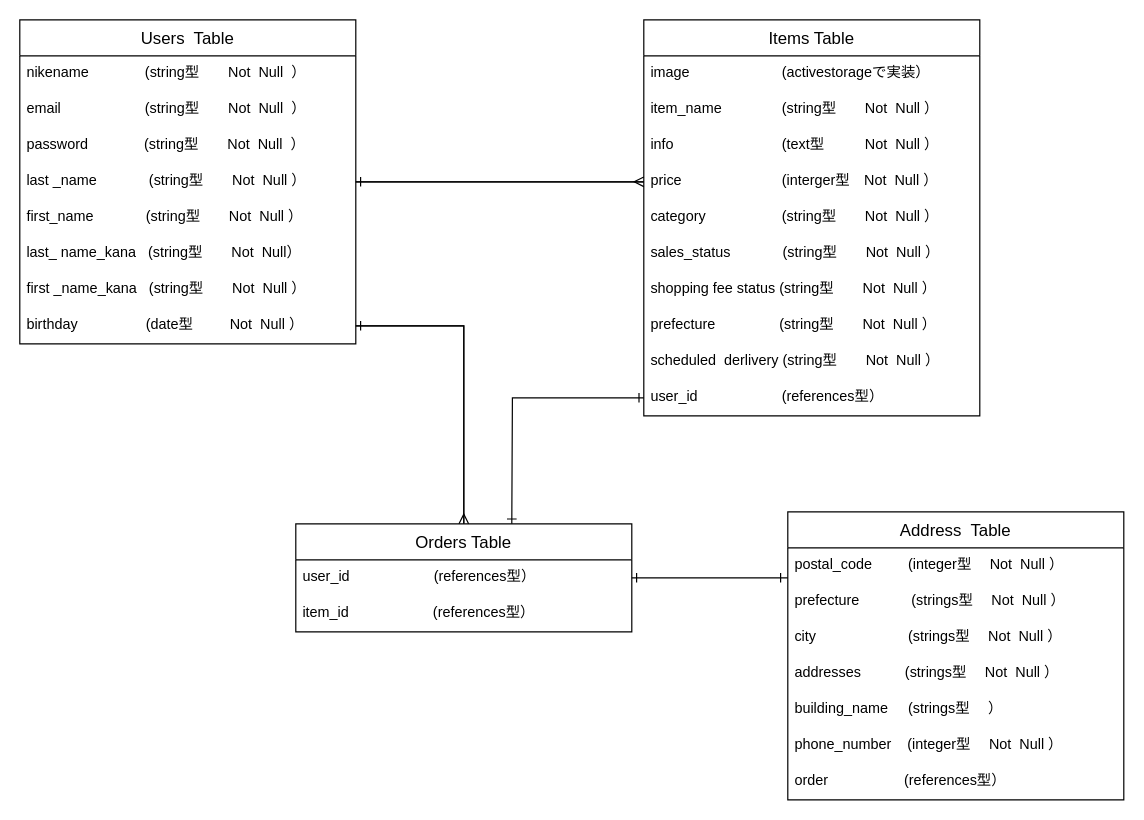
This is furima.dio from mayumiyamada/furima-31952, a draw.io file, before an edit. Source tidied: cells renumbered, new cells numbered last; positions are measured from the earlier drawing's top-left corner, leaving out a move shared by most shapes. Both pictures are drawn from the tidied source at 120%, with x=0, y=0 at pixel (19, 19).
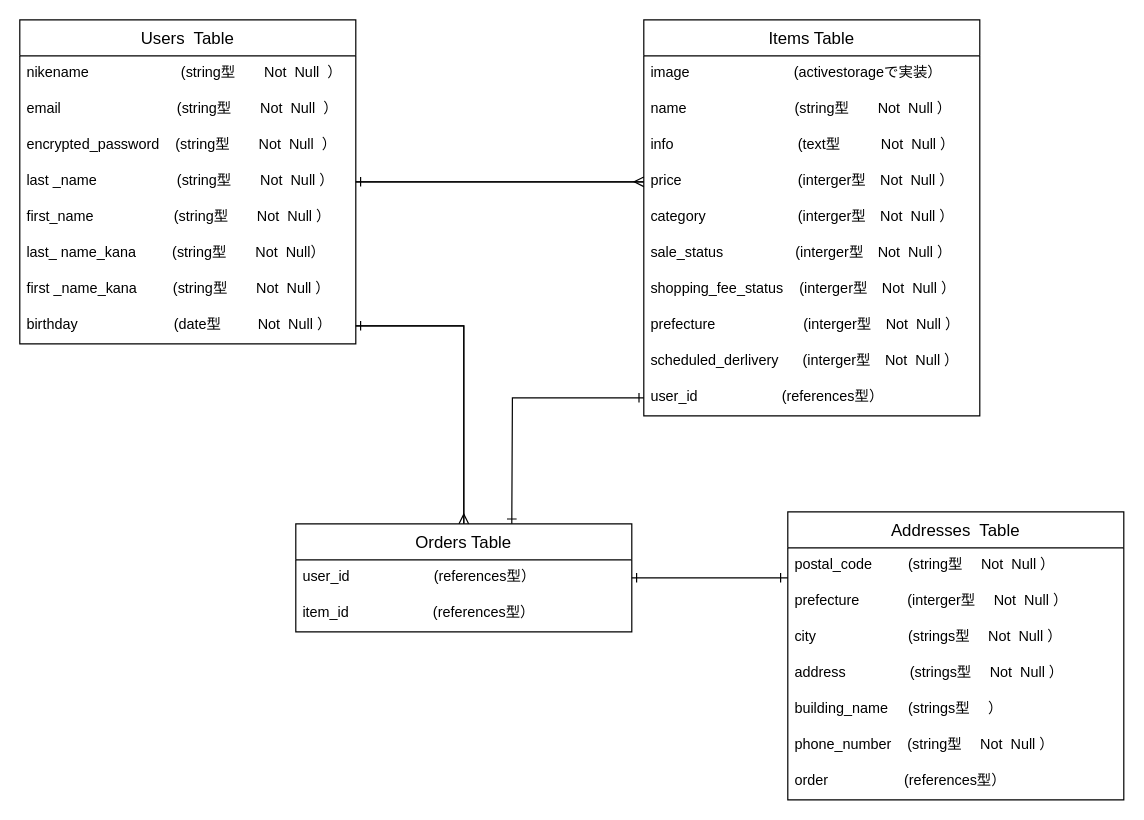
The same diagram, later.

The change refers to these unchanged cells:
```xml
<mxCell id="2" value="Users  Table" style="swimlane;fontStyle=0;horizontal=1;startSize=30;align=center;fontSize=14;" parent="1" vertex="1">
  <mxGeometry width="280" height="270" as="geometry" />
</mxCell>
<mxCell id="11" value="Items Table" style="swimlane;fontStyle=0;horizontal=1;startSize=30;align=center;fontSize=14;" parent="1" vertex="1">
  <mxGeometry x="520" width="280" height="330" as="geometry" />
</mxCell>
```

Change to the diagram source:
```diff
@@
-    <mxCell id="3" value="nikename              (string型　　Not  Null  ）" style="text;strokeColor=none;fillColor=none;spacingLeft=4;spacingRight=4;overflow=hidden;fontSize=12;" parent="2" vertex="1">
+    <mxCell id="3" value="nikename                       (string型　　Not  Null  ）" style="text;strokeColor=none;fillColor=none;spacingLeft=4;spacingRight=4;overflow=hidden;fontSize=12;" parent="2" vertex="1">
       <mxGeometry y="30" width="280" height="30" as="geometry" />
     </mxCell>
-    <mxCell id="4" value="email                     (string型　　Not  Null  ）" style="text;strokeColor=none;fillColor=none;spacingLeft=4;spacingRight=4;overflow=hidden;fontSize=12;" parent="2" vertex="1">
+    <mxCell id="4" value="email                             (string型　　Not  Null  ）" style="text;strokeColor=none;fillColor=none;spacingLeft=4;spacingRight=4;overflow=hidden;fontSize=12;" parent="2" vertex="1">
       <mxGeometry y="60" width="280" height="30" as="geometry" />
     </mxCell>
-    <mxCell id="5" value="password              (string型　　Not  Null  ）" style="text;strokeColor=none;fillColor=none;spacingLeft=4;spacingRight=4;overflow=hidden;fontSize=12;" parent="2" vertex="1">
+    <mxCell id="5" value="encrypted_password    (string型　　Not  Null  ）" style="text;strokeColor=none;fillColor=none;spacingLeft=4;spacingRight=4;overflow=hidden;fontSize=12;" parent="2" vertex="1">
       <mxGeometry y="90" width="280" height="30" as="geometry" />
     </mxCell>
-    <mxCell id="6" value="last _name             (string型　　Not  Null ）" style="text;strokeColor=none;fillColor=none;spacingLeft=4;spacingRight=4;overflow=hidden;points=[[0,0.5],[1,0.5]];portConstraint=eastwest;fontSize=12;" parent="2" vertex="1">
+    <mxCell id="6" value="last _name                    (string型　　Not  Null ）" style="text;strokeColor=none;fillColor=none;spacingLeft=4;spacingRight=4;overflow=hidden;points=[[0,0.5],[1,0.5]];portConstraint=eastwest;fontSize=12;" parent="2" vertex="1">
       <mxGeometry y="120" width="280" height="30" as="geometry" />
     </mxCell>
-    <mxCell id="7" value="first_name             (string型　　Not  Null ）" style="text;strokeColor=none;fillColor=none;spacingLeft=4;spacingRight=4;overflow=hidden;fontSize=12;" parent="2" vertex="1">
+    <mxCell id="7" value="first_name                    (string型　　Not  Null ）" style="text;strokeColor=none;fillColor=none;spacingLeft=4;spacingRight=4;overflow=hidden;fontSize=12;" parent="2" vertex="1">
       <mxGeometry y="150" width="280" height="30" as="geometry" />
     </mxCell>
-    <mxCell id="8" value="last_ name_kana   (string型　　Not  Null）" style="text;strokeColor=none;fillColor=none;spacingLeft=4;spacingRight=4;overflow=hidden;fontSize=12;" parent="2" vertex="1">
+    <mxCell id="8" value="last_ name_kana         (string型　　Not  Null）" style="text;strokeColor=none;fillColor=none;spacingLeft=4;spacingRight=4;overflow=hidden;fontSize=12;" parent="2" vertex="1">
       <mxGeometry y="180" width="280" height="30" as="geometry" />
     </mxCell>
-    <mxCell id="9" value="first _name_kana   (string型　　Not  Null ）" style="text;strokeColor=none;fillColor=none;spacingLeft=4;spacingRight=4;overflow=hidden;fontSize=12;" parent="2" vertex="1">
+    <mxCell id="9" value="first _name_kana         (string型　　Not  Null ）" style="text;strokeColor=none;fillColor=none;spacingLeft=4;spacingRight=4;overflow=hidden;fontSize=12;" parent="2" vertex="1">
       <mxGeometry y="210" width="280" height="30" as="geometry" />
     </mxCell>
-    <mxCell id="10" value="birthday                 (date型　　  Not  Null ）" style="text;strokeColor=none;fillColor=none;spacingLeft=4;spacingRight=4;overflow=hidden;points=[[0,0.5],[1,0.5]];portConstraint=eastwest;fontSize=12;" parent="2" vertex="1">
+    <mxCell id="10" value="birthday                        (date型　　  Not  Null ）" style="text;strokeColor=none;fillColor=none;spacingLeft=4;spacingRight=4;overflow=hidden;points=[[0,0.5],[1,0.5]];portConstraint=eastwest;fontSize=12;" parent="2" vertex="1">
       <mxGeometry y="240" width="280" height="30" as="geometry" />
     </mxCell>
@@
-    <mxCell id="12" value="image                       (activestorageで実装）" style="text;strokeColor=none;fillColor=none;spacingLeft=4;spacingRight=4;overflow=hidden;fontSize=12;" parent="11" vertex="1">
+    <mxCell id="12" value="image                          (activestorageで実装）" style="text;strokeColor=none;fillColor=none;spacingLeft=4;spacingRight=4;overflow=hidden;fontSize=12;" parent="11" vertex="1">
       <mxGeometry y="30" width="280" height="30" as="geometry" />
     </mxCell>
-    <mxCell id="13" value="item_name               (string型　　Not  Null ）" style="text;strokeColor=none;fillColor=none;spacingLeft=4;spacingRight=4;overflow=hidden;fontSize=12;" parent="11" vertex="1">
+    <mxCell id="13" value="name                           (string型　　Not  Null ）" style="text;strokeColor=none;fillColor=none;spacingLeft=4;spacingRight=4;overflow=hidden;fontSize=12;" parent="11" vertex="1">
       <mxGeometry y="60" width="280" height="30" as="geometry" />
     </mxCell>
-    <mxCell id="14" value="info                           (text型　　   Not  Null ）" style="text;strokeColor=none;fillColor=none;spacingLeft=4;spacingRight=4;overflow=hidden;fontSize=12;" parent="11" vertex="1">
+    <mxCell id="14" value="info                               (text型　　   Not  Null ）" style="text;strokeColor=none;fillColor=none;spacingLeft=4;spacingRight=4;overflow=hidden;fontSize=12;" parent="11" vertex="1">
       <mxGeometry y="90" width="280" height="30" as="geometry" />
     </mxCell>
-    <mxCell id="15" value="price                         (interger型　Not  Null ）" style="text;strokeColor=none;fillColor=none;spacingLeft=4;spacingRight=4;overflow=hidden;points=[[0,0.5],[1,0.5]];portConstraint=eastwest;fontSize=12;" parent="11" vertex="1">
+    <mxCell id="15" value="price                             (interger型　Not  Null ）" style="text;strokeColor=none;fillColor=none;spacingLeft=4;spacingRight=4;overflow=hidden;points=[[0,0.5],[1,0.5]];portConstraint=eastwest;fontSize=12;" parent="11" vertex="1">
       <mxGeometry y="120" width="280" height="30" as="geometry" />
     </mxCell>
-    <mxCell id="16" value="category                   (string型　　Not  Null ）" style="text;strokeColor=none;fillColor=none;spacingLeft=4;spacingRight=4;overflow=hidden;fontSize=12;" parent="11" vertex="1">
+    <mxCell id="16" value="category                       (interger型　Not  Null ）" style="text;strokeColor=none;fillColor=none;spacingLeft=4;spacingRight=4;overflow=hidden;fontSize=12;" parent="11" vertex="1">
       <mxGeometry y="150" width="280" height="30" as="geometry" />
     </mxCell>
-    <mxCell id="17" value="sales_status             (string型　　Not  Null ）" style="text;strokeColor=none;fillColor=none;spacingLeft=4;spacingRight=4;overflow=hidden;fontSize=12;" parent="11" vertex="1">
+    <mxCell id="17" value="sale_status                  (interger型　Not  Null ）" style="text;strokeColor=none;fillColor=none;spacingLeft=4;spacingRight=4;overflow=hidden;fontSize=12;" parent="11" vertex="1">
       <mxGeometry y="180" width="280" height="30" as="geometry" />
     </mxCell>
-    <mxCell id="18" value="shopping fee status (string型　　Not  Null ）" style="text;strokeColor=none;fillColor=none;spacingLeft=4;spacingRight=4;overflow=hidden;fontSize=12;" parent="11" vertex="1">
+    <mxCell id="18" value="shopping_fee_status    (interger型　Not  Null ）" style="text;strokeColor=none;fillColor=none;spacingLeft=4;spacingRight=4;overflow=hidden;fontSize=12;" parent="11" vertex="1">
       <mxGeometry y="210" width="280" height="30" as="geometry" />
     </mxCell>
-    <mxCell id="19" value="prefecture                (string型　　Not  Null ）" style="text;strokeColor=none;fillColor=none;spacingLeft=4;spacingRight=4;overflow=hidden;fontSize=12;" parent="11" vertex="1">
+    <mxCell id="19" value="prefecture                      (interger型　Not  Null ）" style="text;strokeColor=none;fillColor=none;spacingLeft=4;spacingRight=4;overflow=hidden;fontSize=12;" parent="11" vertex="1">
       <mxGeometry y="240" width="280" height="30" as="geometry" />
     </mxCell>
-    <mxCell id="20" value="scheduled  derlivery (string型　　Not  Null ）" style="text;strokeColor=none;fillColor=none;spacingLeft=4;spacingRight=4;overflow=hidden;fontSize=12;" parent="11" vertex="1">
+    <mxCell id="20" value="scheduled_derlivery      (interger型　Not  Null ）" style="text;strokeColor=none;fillColor=none;spacingLeft=4;spacingRight=4;overflow=hidden;fontSize=12;" parent="11" vertex="1">
       <mxGeometry y="270" width="280" height="30" as="geometry" />
     </mxCell>
@@
-    <mxCell id="27" value="Address  Table" style="swimlane;fontStyle=0;horizontal=1;startSize=30;align=center;fontSize=14;" parent="1" vertex="1">
+    <mxCell id="27" value="Addresses  Table" style="swimlane;fontStyle=0;horizontal=1;startSize=30;align=center;fontSize=14;" parent="1" vertex="1">
       <mxGeometry x="640" y="410" width="280" height="240" as="geometry" />
     </mxCell>
-    <mxCell id="28" value="postal_code         (integer型　 Not  Null ）" style="text;strokeColor=none;fillColor=none;spacingLeft=4;spacingRight=4;overflow=hidden;fontSize=12;" parent="27" vertex="1">
+    <mxCell id="28" value="postal_code         (string型　 Not  Null ）" style="text;strokeColor=none;fillColor=none;spacingLeft=4;spacingRight=4;overflow=hidden;fontSize=12;" parent="27" vertex="1">
       <mxGeometry y="30" width="280" height="30" as="geometry" />
     </mxCell>
-    <mxCell id="29" value="prefecture             (strings型　 Not  Null ）" style="text;strokeColor=none;fillColor=none;spacingLeft=4;spacingRight=4;overflow=hidden;fontSize=12;" parent="27" vertex="1">
+    <mxCell id="29" value="prefecture            (interger型　 Not  Null ）" style="text;strokeColor=none;fillColor=none;spacingLeft=4;spacingRight=4;overflow=hidden;fontSize=12;" parent="27" vertex="1">
       <mxGeometry y="60" width="280" height="30" as="geometry" />
     </mxCell>
@@
-    <mxCell id="31" value="addresses           (strings型　 Not  Null ）" style="text;strokeColor=none;fillColor=none;spacingLeft=4;spacingRight=4;overflow=hidden;fontSize=12;" parent="27" vertex="1">
+    <mxCell id="31" value="address                (strings型　 Not  Null ）" style="text;strokeColor=none;fillColor=none;spacingLeft=4;spacingRight=4;overflow=hidden;fontSize=12;" parent="27" vertex="1">
       <mxGeometry y="120" width="280" height="30" as="geometry" />
     </mxCell>
@@
-    <mxCell id="33" value="phone_number    (integer型　 Not  Null ）" style="text;strokeColor=none;fillColor=none;spacingLeft=4;spacingRight=4;overflow=hidden;fontSize=12;" parent="27" vertex="1">
+    <mxCell id="33" value="phone_number    (string型　 Not  Null ）" style="text;strokeColor=none;fillColor=none;spacingLeft=4;spacingRight=4;overflow=hidden;fontSize=12;" parent="27" vertex="1">
       <mxGeometry y="180" width="280" height="30" as="geometry" />
     </mxCell>
```
